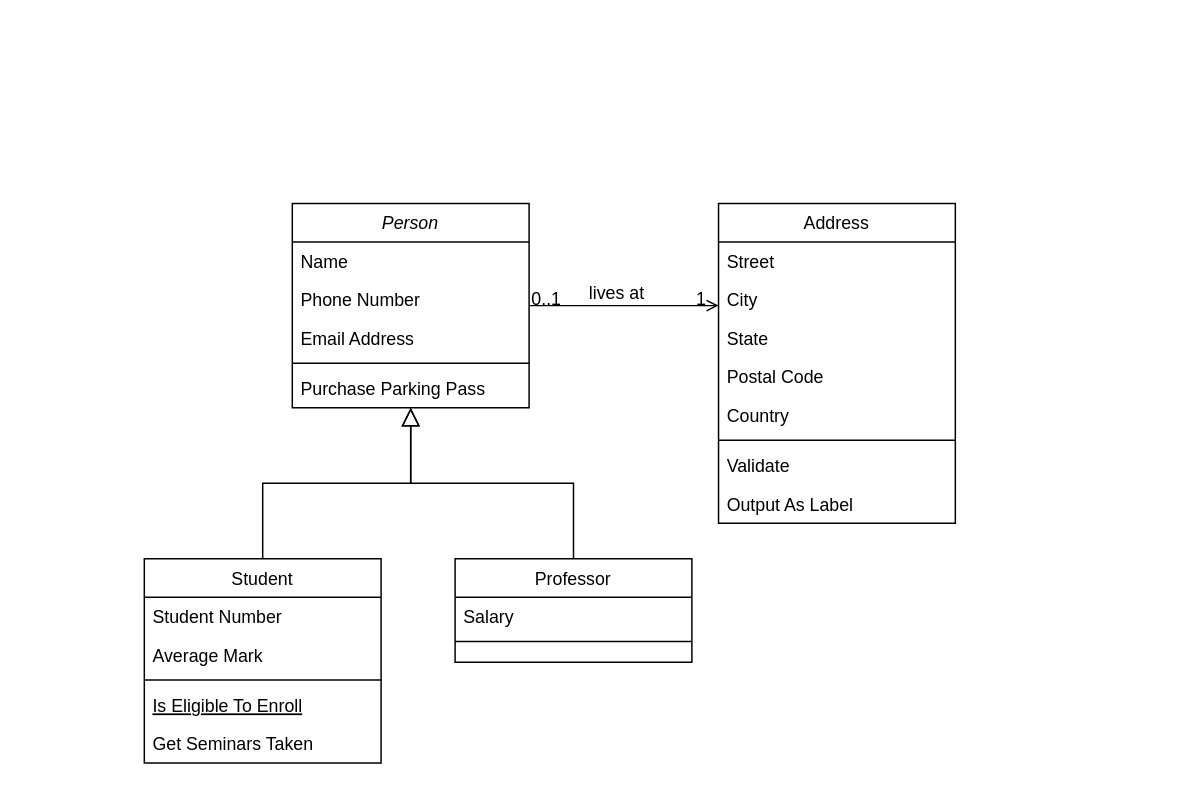
promyr/DIO-CURSO-JAVA keeps this draw.io diagram as Iphone 2007.drawio. Above is the earlier version. Source tidied: cells renumbered, new cells numbered last; positions are measured from the earlier drawing's top-left corner, leaving out a move shared by most shapes. Both pictures are drawn from the tidied source at 148%, with x=0, y=0 at pixel (144, 203).
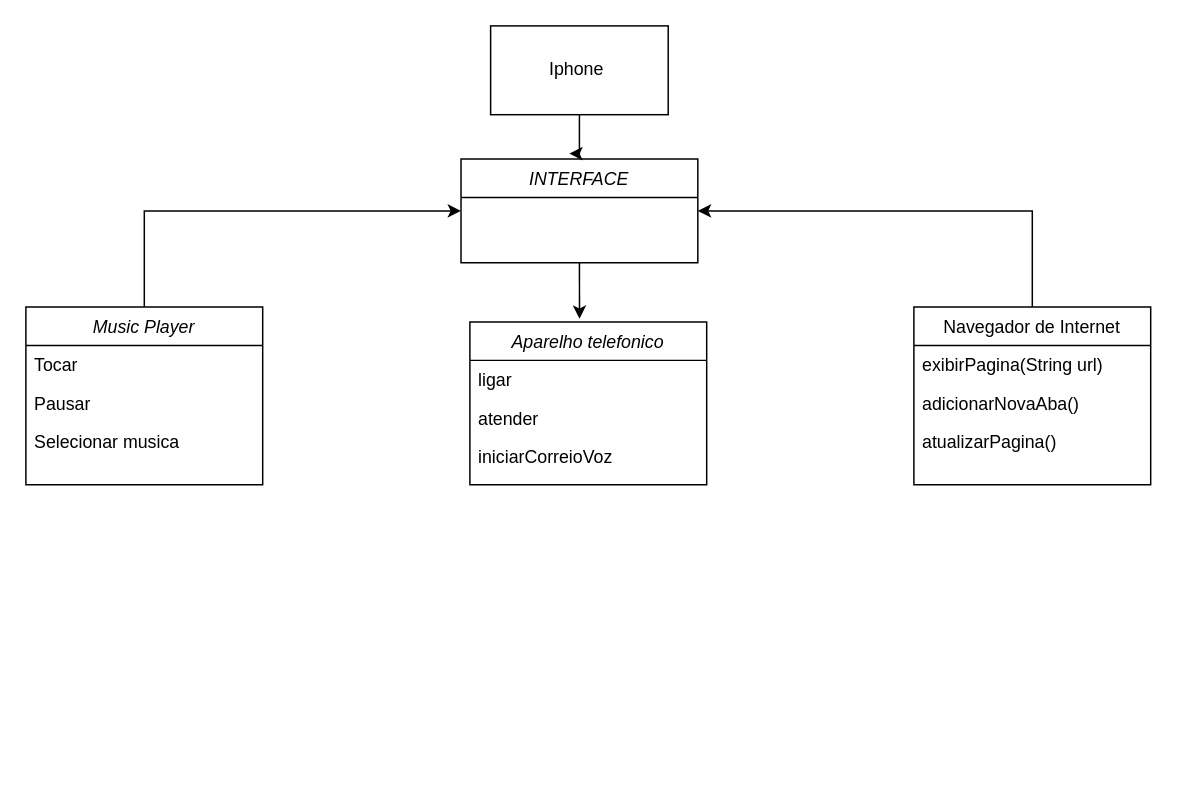
The same page after the edit.

Diff of the diagram source:
```diff
@@
+    <mxCell id="32" style="edgeStyle=orthogonalEdgeStyle;rounded=0;jettySize=auto;html=1;exitX=0.5;exitY=0;exitDx=0;exitDy=0;entryX=0;entryY=0.5;entryDx=0;entryDy=0;" parent="1" edge="1" source="2" target="39">
+      <mxGeometry relative="1" as="geometry" />
+    </mxCell>
-    <mxCell id="2" value="Person" style="swimlane;fontStyle=2;align=center;verticalAlign=top;horizontal=1;startSize=26;rounded=0;shadow=0;strokeWidth=1;" parent="1" vertex="1">
-      <mxGeometry x="100" width="160" height="138" as="geometry" />
+    <mxCell id="2" value=" Music Player" style="swimlane;fontStyle=2;align=center;verticalAlign=top;horizontal=1;startSize=26;rounded=0;shadow=0;strokeWidth=1;" parent="1" vertex="1">
+      <mxGeometry x="-80" y="70" width="160" height="120" as="geometry" />
     </mxCell>
-    <mxCell id="3" value="Name" style="text;align=left;verticalAlign=top;spacingLeft=4;spacingRight=4;overflow=hidden;" parent="2" vertex="1">
+    <mxCell id="3" value="Tocar    " style="text;align=left;verticalAlign=top;spacingLeft=4;spacingRight=4;overflow=hidden;" parent="2" vertex="1">
       <mxGeometry y="26" width="160" height="26" as="geometry" />
     </mxCell>
-    <mxCell id="4" value="Phone Number" style="text;align=left;verticalAlign=top;spacingLeft=4;spacingRight=4;overflow=hidden;rounded=0;shadow=0;html=0;" parent="2" vertex="1">
+    <mxCell id="4" value="Pausar" style="text;align=left;verticalAlign=top;spacingLeft=4;spacingRight=4;overflow=hidden;rounded=0;shadow=0;html=0;" parent="2" vertex="1">
       <mxGeometry y="52" width="160" height="26" as="geometry" />
     </mxCell>
-    <mxCell id="5" value="Email Address" style="text;align=left;verticalAlign=top;spacingLeft=4;spacingRight=4;overflow=hidden;rounded=0;shadow=0;html=0;" parent="2" vertex="1">
+    <mxCell id="5" value="Selecionar musica" style="text;align=left;verticalAlign=top;spacingLeft=4;spacingRight=4;overflow=hidden;rounded=0;shadow=0;html=0;" parent="2" vertex="1">
       <mxGeometry y="78" width="160" height="26" as="geometry" />
     </mxCell>
-    <mxCell id="6" style="line;html=1;strokeWidth=1;align=left;verticalAlign=middle;spacingTop=-1;spacingLeft=3;spacingRight=3;labelPosition=right;" parent="2" vertex="1">
-      <mxGeometry y="104" width="160" height="8" as="geometry" />
-    </mxCell>
-    <mxCell id="7" value="Purchase Parking Pass" style="text;align=left;verticalAlign=top;spacingLeft=4;spacingRight=4;overflow=hidden;" parent="2" vertex="1">
-      <mxGeometry y="112" width="160" height="26" as="geometry" />
-    </mxCell>
-    <mxCell id="8" value="Student" style="swimlane;fontStyle=0;align=center;verticalAlign=top;horizontal=1;startSize=26;rounded=0;shadow=0;strokeWidth=1;" parent="1" vertex="1">
-      <mxGeometry y="240" width="160" height="138" as="geometry" />
-    </mxCell>
-    <mxCell id="9" value="Student Number" style="text;align=left;verticalAlign=top;spacingLeft=4;spacingRight=4;overflow=hidden;" parent="8" vertex="1">
-      <mxGeometry y="26" width="160" height="26" as="geometry" />
-    </mxCell>
-    <mxCell id="10" value="Average Mark" style="text;align=left;verticalAlign=top;spacingLeft=4;spacingRight=4;overflow=hidden;rounded=0;shadow=0;html=0;" parent="8" vertex="1">
-      <mxGeometry y="52" width="160" height="26" as="geometry" />
-    </mxCell>
-    <mxCell id="11" style="line;html=1;strokeWidth=1;align=left;verticalAlign=middle;spacingTop=-1;spacingLeft=3;spacingRight=3;labelPosition=right;" parent="8" vertex="1">
-      <mxGeometry y="78" width="160" height="8" as="geometry" />
-    </mxCell>
-    <mxCell id="12" value="Is Eligible To Enroll" style="text;align=left;verticalAlign=top;spacingLeft=4;spacingRight=4;overflow=hidden;fontStyle=4;" parent="8" vertex="1">
-      <mxGeometry y="86" width="160" height="26" as="geometry" />
-    </mxCell>
-    <mxCell id="13" value="Get Seminars Taken" style="text;align=left;verticalAlign=top;spacingLeft=4;spacingRight=4;overflow=hidden;" parent="8" vertex="1">
-      <mxGeometry y="112" width="160" height="26" as="geometry" />
-    </mxCell>
-    <mxCell id="14" style="endArrow=block;endSize=10;endFill=0;shadow=0;strokeWidth=1;rounded=0;curved=0;edgeStyle=elbowEdgeStyle;elbow=vertical;" parent="1" edge="1" source="8" target="2">
-      <mxGeometry relative="1" as="geometry" />
-    </mxCell>
-    <mxCell id="15" value="Professor" style="swimlane;fontStyle=0;align=center;verticalAlign=top;horizontal=1;startSize=26;rounded=0;shadow=0;strokeWidth=1;" parent="1" vertex="1">
-      <mxGeometry x="210" y="240" width="160" height="70" as="geometry" />
-    </mxCell>
-    <mxCell id="16" value="Salary" style="text;align=left;verticalAlign=top;spacingLeft=4;spacingRight=4;overflow=hidden;" parent="15" vertex="1">
-      <mxGeometry y="26" width="160" height="26" as="geometry" />
-    </mxCell>
-    <mxCell id="17" style="line;html=1;strokeWidth=1;align=left;verticalAlign=middle;spacingTop=-1;spacingLeft=3;spacingRight=3;labelPosition=right;" parent="15" vertex="1">
-      <mxGeometry y="52" width="160" height="8" as="geometry" />
-    </mxCell>
-    <mxCell id="18" style="endArrow=block;endSize=10;endFill=0;shadow=0;strokeWidth=1;rounded=0;curved=0;edgeStyle=elbowEdgeStyle;elbow=vertical;" parent="1" edge="1" source="15" target="2">
-      <mxGeometry relative="1" as="geometry" />
-    </mxCell>
+    <mxCell id="33" style="edgeStyle=orthogonalEdgeStyle;rounded=0;jettySize=auto;html=1;exitX=0.5;exitY=0;exitDx=0;exitDy=0;entryX=1;entryY=0.5;entryDx=0;entryDy=0;" parent="1" edge="1" source="19" target="39">
+      <mxGeometry relative="1" as="geometry" />
+    </mxCell>
-    <mxCell id="19" value="Address" style="swimlane;fontStyle=0;align=center;verticalAlign=top;horizontal=1;startSize=26;rounded=0;shadow=0;strokeWidth=1;" parent="1" vertex="1">
-      <mxGeometry x="388" width="160" height="216" as="geometry" />
+    <mxCell id="19" value="Navegador de Internet" style="swimlane;fontStyle=0;align=center;verticalAlign=top;horizontal=1;startSize=26;rounded=0;shadow=0;strokeWidth=1;" parent="1" vertex="1">
+      <mxGeometry x="520" y="70" width="160" height="120" as="geometry" />
     </mxCell>
-    <mxCell id="20" value="Street" style="text;align=left;verticalAlign=top;spacingLeft=4;spacingRight=4;overflow=hidden;" parent="19" vertex="1">
+    <mxCell id="20" value="exibirPagina(String url)" style="text;align=left;verticalAlign=top;spacingLeft=4;spacingRight=4;overflow=hidden;" parent="19" vertex="1">
       <mxGeometry y="26" width="160" height="26" as="geometry" />
     </mxCell>
-    <mxCell id="21" value="City" style="text;align=left;verticalAlign=top;spacingLeft=4;spacingRight=4;overflow=hidden;rounded=0;shadow=0;html=0;" parent="19" vertex="1">
+    <mxCell id="21" value="adicionarNovaAba()" style="text;align=left;verticalAlign=top;spacingLeft=4;spacingRight=4;overflow=hidden;rounded=0;shadow=0;html=0;" parent="19" vertex="1">
       <mxGeometry y="52" width="160" height="26" as="geometry" />
     </mxCell>
-    <mxCell id="22" value="State" style="text;align=left;verticalAlign=top;spacingLeft=4;spacingRight=4;overflow=hidden;rounded=0;shadow=0;html=0;" parent="19" vertex="1">
+    <mxCell id="22" value="atualizarPagina()" style="text;align=left;verticalAlign=top;spacingLeft=4;spacingRight=4;overflow=hidden;rounded=0;shadow=0;html=0;" parent="19" vertex="1">
       <mxGeometry y="78" width="160" height="26" as="geometry" />
     </mxCell>
-    <mxCell id="23" value="Postal Code" style="text;align=left;verticalAlign=top;spacingLeft=4;spacingRight=4;overflow=hidden;rounded=0;shadow=0;html=0;" parent="19" vertex="1">
-      <mxGeometry y="104" width="160" height="26" as="geometry" />
-    </mxCell>
-    <mxCell id="24" value="Country" style="text;align=left;verticalAlign=top;spacingLeft=4;spacingRight=4;overflow=hidden;rounded=0;shadow=0;html=0;" parent="19" vertex="1">
-      <mxGeometry y="130" width="160" height="26" as="geometry" />
-    </mxCell>
-    <mxCell id="25" style="line;html=1;strokeWidth=1;align=left;verticalAlign=middle;spacingTop=-1;spacingLeft=3;spacingRight=3;labelPosition=right;" parent="19" vertex="1">
-      <mxGeometry y="156" width="160" height="8" as="geometry" />
-    </mxCell>
-    <mxCell id="26" value="Validate" style="text;align=left;verticalAlign=top;spacingLeft=4;spacingRight=4;overflow=hidden;" parent="19" vertex="1">
-      <mxGeometry y="164" width="160" height="26" as="geometry" />
-    </mxCell>
-    <mxCell id="27" value="Output As Label" style="text;align=left;verticalAlign=top;spacingLeft=4;spacingRight=4;overflow=hidden;" parent="19" vertex="1">
-      <mxGeometry y="190" width="160" height="26" as="geometry" />
-    </mxCell>
-    <mxCell id="28" style="endArrow=open;shadow=0;strokeWidth=1;rounded=0;curved=0;endFill=1;edgeStyle=elbowEdgeStyle;elbow=vertical;" parent="1" edge="1" source="2" target="19">
-      <mxGeometry x="0.5" y="41" relative="1" as="geometry">
-        <mxPoint x="-40" y="32" as="offset" />
-      </mxGeometry>
-    </mxCell>
-    <mxCell id="29" value="0..1" style="align=left;verticalAlign=bottom;labelBackgroundColor=none;fontSize=12;" parent="28" vertex="1">
-      <mxGeometry x="-1" relative="1" as="geometry">
-        <mxPoint y="4" as="offset" />
-      </mxGeometry>
-    </mxCell>
-    <mxCell id="30" value="1" style="align=right;verticalAlign=bottom;labelBackgroundColor=none;fontSize=12;" parent="28" vertex="1">
-      <mxGeometry x="1" relative="1" as="geometry">
-        <mxPoint x="-7" y="4" as="offset" />
-      </mxGeometry>
-    </mxCell>
-    <mxCell id="31" value="lives at" style="text;html=1;align=center;verticalAlign=middle;labelBackgroundColor=none;rounded=0;shadow=0;strokeWidth=1;fontSize=12;" parent="28" vertex="1">
-      <mxGeometry x="0.5" y="49" relative="1" as="geometry">
-        <mxPoint x="-38" y="40" as="offset" />
-      </mxGeometry>
-    </mxCell>
+    <mxCell id="34" value="Iphone&amp;nbsp;" style="rounded=0;whiteSpace=wrap;html=1;" parent="1" vertex="1">
+      <mxGeometry x="234" y="-120" width="120" height="60" as="geometry" />
+    </mxCell>
+    <mxCell id="35" value=" Aparelho telefonico" style="swimlane;fontStyle=2;align=center;verticalAlign=top;horizontal=1;startSize=26;rounded=0;shadow=0;strokeWidth=1;" parent="1" vertex="1">
+      <mxGeometry x="220" y="80" width="160" height="110" as="geometry" />
+    </mxCell>
+    <mxCell id="36" value="ligar" style="text;align=left;verticalAlign=top;spacingLeft=4;spacingRight=4;overflow=hidden;" parent="35" vertex="1">
+      <mxGeometry y="26" width="160" height="26" as="geometry" />
+    </mxCell>
+    <mxCell id="37" value="atender   " style="text;align=left;verticalAlign=top;spacingLeft=4;spacingRight=4;overflow=hidden;rounded=0;shadow=0;html=0;" parent="35" vertex="1">
+      <mxGeometry y="52" width="160" height="26" as="geometry" />
+    </mxCell>
+    <mxCell id="38" value="iniciarCorreioVoz" style="text;align=left;verticalAlign=top;spacingLeft=4;spacingRight=4;overflow=hidden;rounded=0;shadow=0;html=0;" parent="35" vertex="1">
+      <mxGeometry y="78" width="160" height="26" as="geometry" />
+    </mxCell>
+    <mxCell id="39" value="INTERFACE" style="swimlane;fontStyle=2;align=center;verticalAlign=top;horizontal=1;startSize=26;rounded=0;shadow=0;strokeWidth=1;" parent="1" vertex="1">
+      <mxGeometry x="214" y="-30" width="160" height="70" as="geometry" />
+    </mxCell>
+    <mxCell id="40" style="edgeStyle=orthogonalEdgeStyle;rounded=0;jettySize=auto;html=1;exitX=0.5;exitY=1;exitDx=0;exitDy=0;entryX=0.457;entryY=-0.053;entryDx=0;entryDy=0;entryPerimeter=0;" parent="1" edge="1" source="34" target="39">
+      <mxGeometry relative="1" as="geometry">
+        <Array as="points">
+          <mxPoint x="294" y="-34" />
+        </Array>
+      </mxGeometry>
+    </mxCell>
+    <mxCell id="41" style="edgeStyle=orthogonalEdgeStyle;rounded=0;jettySize=auto;html=1;exitX=0.5;exitY=1;exitDx=0;exitDy=0;entryX=0.463;entryY=-0.019;entryDx=0;entryDy=0;entryPerimeter=0;" parent="1" edge="1" source="39" target="35">
+      <mxGeometry relative="1" as="geometry" />
+    </mxCell>
```
